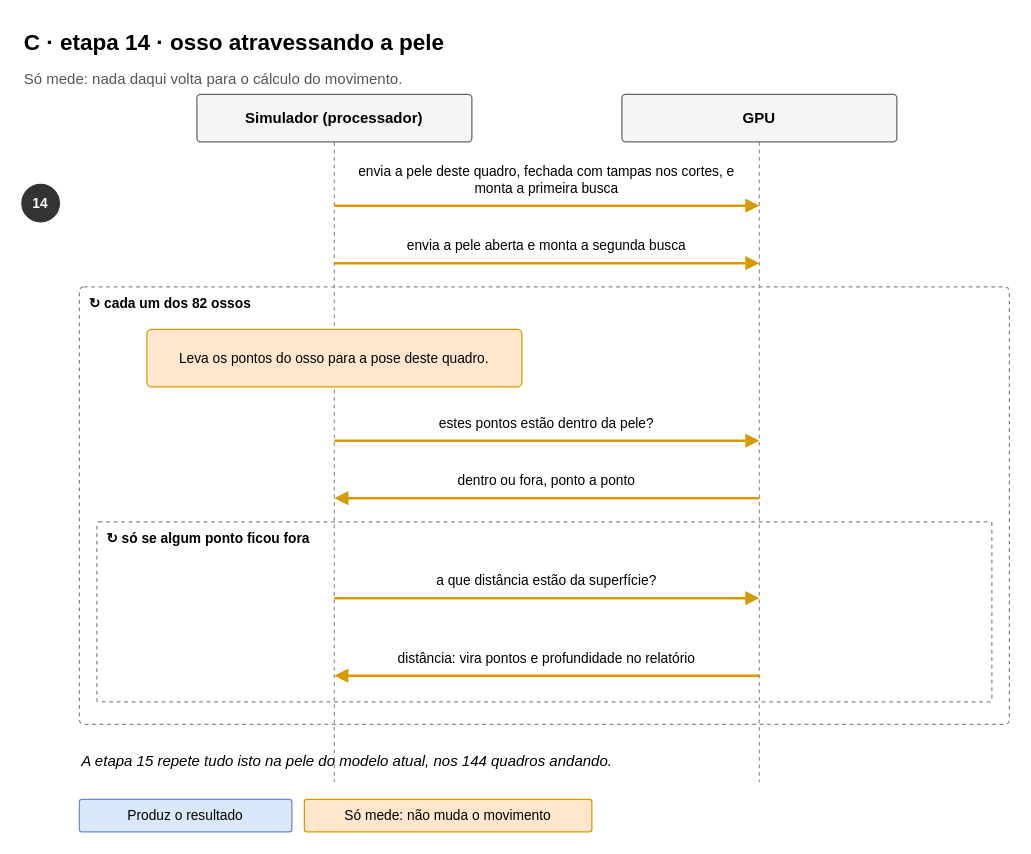
Before: page "C · etapa 14 · osso atravessando a pele" (5 of 6) of human-model/docs/diagrams/02_sequencias_da_simulacao.drawio in rafaelchiafarelli/mocap-studio, a draw.io diagram. Source tidied: cells renumbered, new cells numbered last; positions are measured from the earlier drawing's top-left corner, leaving out a move shared by most shapes. Both pictures are drawn from the tidied source at 125%, with x=0, y=0 at pixel (21, 21).
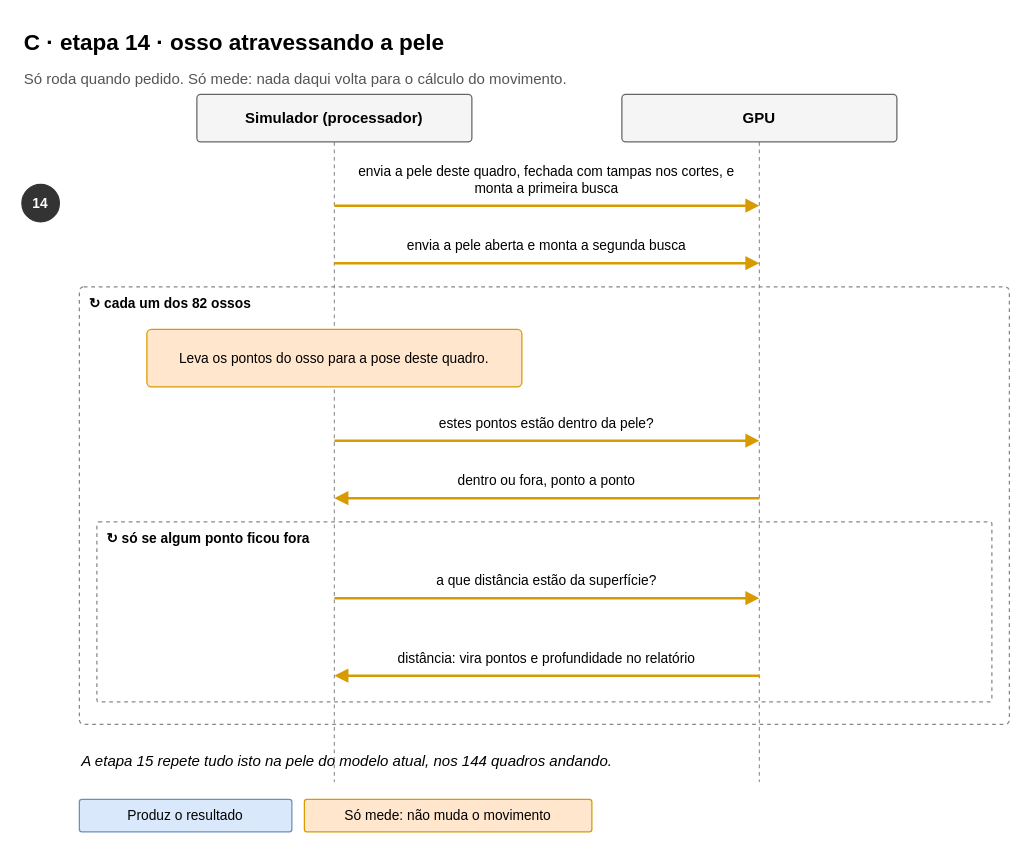
The same page after the edit.

What changed in the source:
```diff
@@
-    <mxCell id="3" value="&lt;font color='#555555'&gt;Só mede: nada daqui volta para o cálculo do movimento.&lt;/font&gt;" style="text;html=1;whiteSpace=wrap;align=left;verticalAlign=top;fontSize=12;" parent="1" vertex="1">
+    <mxCell id="3" value="&lt;font color='#555555'&gt;Só roda quando pedido. Só mede: nada daqui volta para o cálculo do movimento.&lt;/font&gt;" style="text;html=1;whiteSpace=wrap;align=left;verticalAlign=top;fontSize=12;" parent="1" vertex="1">
       <mxGeometry y="32" width="770" height="24" as="geometry" />
     </mxCell>
```
